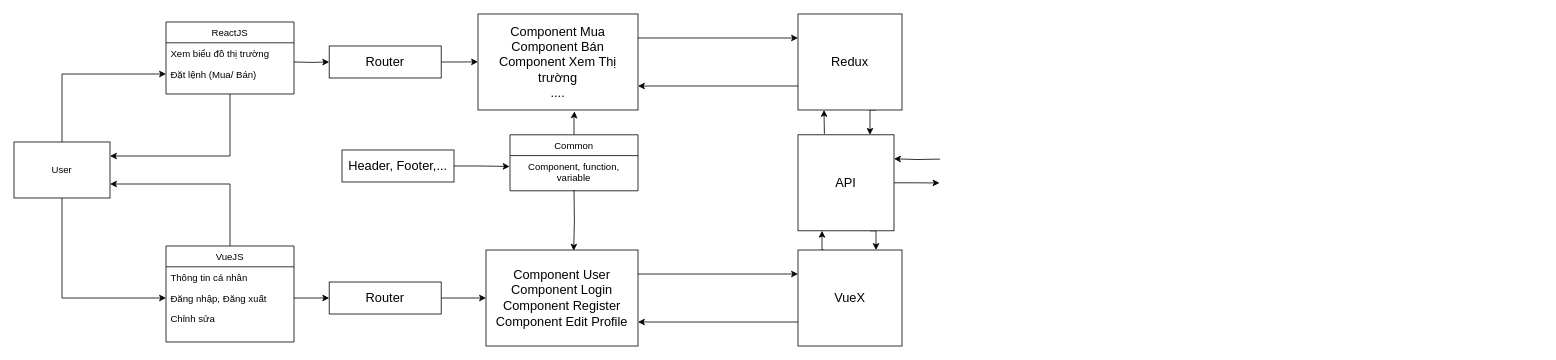
vucat12/project-number-one keeps this draw.io diagram as Untitled Diagram.drawio. Above is the earlier version. Source tidied: cells renumbered, new cells numbered last; positions are measured from the earlier drawing's top-left corner, leaving out a move shared by most shapes. Both pictures are drawn from the tidied source at 80%, with x=0, y=0 at pixel (14, 14).
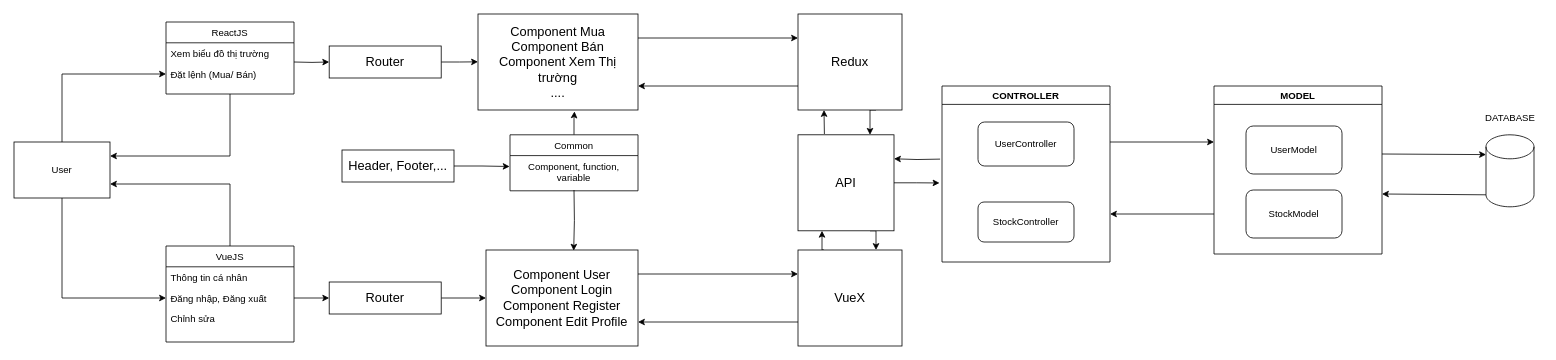
After the change.

Change to the diagram source:
```diff
@@
+    <mxCell id="41" style="shape=cylinder3;whiteSpace=wrap;html=1;boundedLbl=1;backgroundOutline=1;size=15;" parent="1" vertex="1">
+      <mxGeometry x="1840" y="151" width="60" height="90" as="geometry" />
+    </mxCell>
+    <mxCell id="42" value="MODEL" style="swimlane;" parent="1" vertex="1">
+      <mxGeometry x="1500" y="90" width="210" height="210" as="geometry" />
+    </mxCell>
+    <mxCell id="43" value="UserModel" style="rounded=1;whiteSpace=wrap;html=1;" parent="42" vertex="1">
+      <mxGeometry x="40" y="50" width="120" height="60" as="geometry" />
+    </mxCell>
+    <mxCell id="44" value="StockModel" style="rounded=1;whiteSpace=wrap;html=1;" parent="42" vertex="1">
+      <mxGeometry x="40" y="130" width="120" height="60" as="geometry" />
+    </mxCell>
+    <mxCell id="45" value="CONTROLLER" style="swimlane;" parent="1" vertex="1">
+      <mxGeometry x="1160" y="90" width="210" height="220" as="geometry" />
+    </mxCell>
+    <mxCell id="46" value="UserController" style="rounded=1;whiteSpace=wrap;html=1;" parent="45" vertex="1">
+      <mxGeometry x="45" y="45" width="120" height="55" as="geometry" />
+    </mxCell>
+    <mxCell id="47" value="StockController" style="rounded=1;whiteSpace=wrap;html=1;" parent="45" vertex="1">
+      <mxGeometry x="45" y="145" width="120" height="50" as="geometry" />
+    </mxCell>
+    <mxCell id="48" style="endArrow=classic;html=1;rounded=0;entryX=0;entryY=0.275;entryDx=0;entryDy=0;entryPerimeter=0;" parent="1" edge="1" target="41">
+      <mxGeometry relative="1" as="geometry">
+        <mxPoint x="1710" y="175" as="sourcePoint" />
+      </mxGeometry>
+    </mxCell>
+    <mxCell id="49" style="endArrow=classic;html=1;rounded=0;exitX=0;exitY=1;exitDx=0;exitDy=-15;exitPerimeter=0;" parent="1" edge="1" source="41">
+      <mxGeometry relative="1" as="geometry">
+        <mxPoint x="1710" y="225" as="targetPoint" />
+      </mxGeometry>
+    </mxCell>
+    <mxCell id="50" style="endArrow=classic;html=1;rounded=0;" parent="1" edge="1">
+      <mxGeometry relative="1" as="geometry">
+        <mxPoint x="1370" y="160" as="sourcePoint" />
+        <mxPoint x="1500" y="160" as="targetPoint" />
+      </mxGeometry>
+    </mxCell>
+    <mxCell id="51" value="DATABASE&lt;br&gt;" style="text;html=1;align=center;verticalAlign=middle;strokeColor=none;fillColor=none;" parent="1" vertex="1">
+      <mxGeometry x="1830" y="120" width="80" height="20" as="geometry" />
+    </mxCell>
+    <mxCell id="52" style="endArrow=classic;html=1;rounded=0;" parent="1" edge="1">
+      <mxGeometry relative="1" as="geometry">
+        <mxPoint x="1500" y="250" as="sourcePoint" />
+        <mxPoint x="1370" y="250" as="targetPoint" />
+      </mxGeometry>
+    </mxCell>
```
